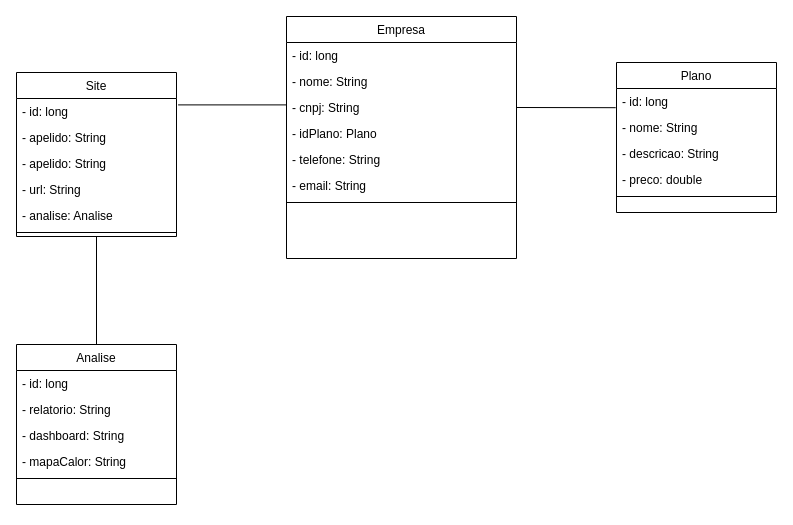
Before: informacoes/diagrama-de-classes/HeatWise.drawio in Santlago/HeatWise, a draw.io diagram. Source tidied: cells renumbered, new cells numbered last; positions are measured from the earlier drawing's top-left corner, leaving out a move shared by most shapes. Both pictures are drawn from the tidied source at 100%, with x=0, y=0 at pixel (16, 16).
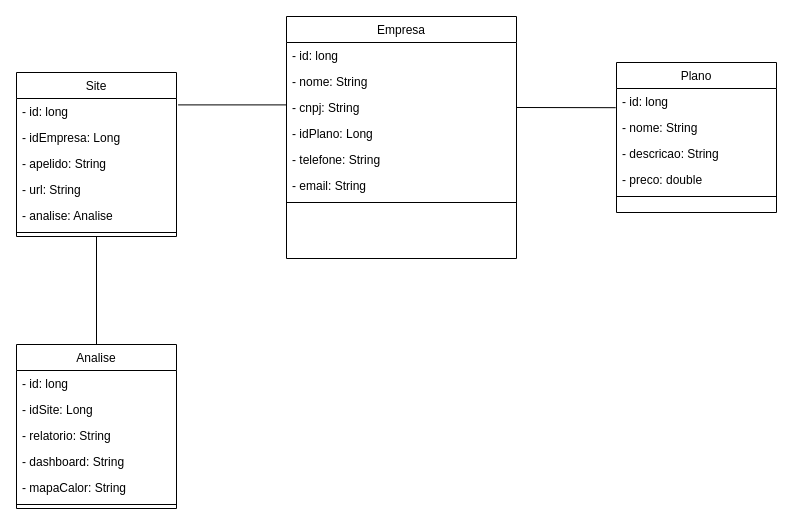
The same diagram, later.

Unchanged cells that the change refers to:
```xml
<mxCell id="2" value="Empresa" style="swimlane;fontStyle=0;align=center;verticalAlign=top;horizontal=1;startSize=26;rounded=0;shadow=0;strokeWidth=1;" parent="1" vertex="1">
  <mxGeometry x="270" width="230" height="242" as="geometry" />
</mxCell>
<mxCell id="10" value="Site" style="swimlane;fontStyle=0;align=center;verticalAlign=top;horizontal=1;startSize=26;rounded=0;shadow=0;strokeWidth=1;" parent="1" vertex="1">
  <mxGeometry y="56" width="160" height="164" as="geometry" />
</mxCell>
```

What changed in the source:
```diff
@@
-    <mxCell id="6" value="- idPlano: Plano" style="text;align=left;verticalAlign=top;spacingLeft=4;spacingRight=4;overflow=hidden;rounded=0;shadow=0;html=0;" parent="2" vertex="1">
+    <mxCell id="6" value="- idPlano: Long" style="text;align=left;verticalAlign=top;spacingLeft=4;spacingRight=4;overflow=hidden;rounded=0;shadow=0;html=0;" parent="2" vertex="1">
       <mxGeometry y="104" width="230" height="26" as="geometry" />
     </mxCell>
@@
-    <mxCell id="12" value="- apelido: String" style="text;align=left;verticalAlign=top;spacingLeft=4;spacingRight=4;overflow=hidden;rounded=0;shadow=0;html=0;" parent="10" vertex="1">
+    <mxCell id="12" value="- idEmpresa: Long" style="text;align=left;verticalAlign=top;spacingLeft=4;spacingRight=4;overflow=hidden;rounded=0;shadow=0;html=0;" parent="10" vertex="1">
       <mxGeometry y="52" width="160" height="26" as="geometry" />
     </mxCell>
@@
     <mxCell id="23" value="Analise" style="swimlane;fontStyle=0;align=center;verticalAlign=top;horizontal=1;startSize=26;rounded=0;shadow=0;strokeWidth=1;" parent="1" vertex="1">
-      <mxGeometry y="328" width="160" height="160" as="geometry" />
+      <mxGeometry y="328" width="160" height="164" as="geometry" />
     </mxCell>
@@
-    <mxCell id="25" value="- relatorio: String" style="text;align=left;verticalAlign=top;spacingLeft=4;spacingRight=4;overflow=hidden;rounded=0;shadow=0;html=0;" parent="23" vertex="1">
+    <mxCell id="25" value="- idSite: Long" style="text;align=left;verticalAlign=top;spacingLeft=4;spacingRight=4;overflow=hidden;rounded=0;shadow=0;html=0;" parent="23" vertex="1">
       <mxGeometry y="52" width="160" height="26" as="geometry" />
     </mxCell>
+    <mxCell id="32" value="- relatorio: String" style="text;align=left;verticalAlign=top;spacingLeft=4;spacingRight=4;overflow=hidden;rounded=0;shadow=0;html=0;" parent="23" vertex="1">
+      <mxGeometry y="78" width="160" height="26" as="geometry" />
+    </mxCell>
     <mxCell id="26" value="- dashboard: String" style="text;align=left;verticalAlign=top;spacingLeft=4;spacingRight=4;overflow=hidden;rounded=0;shadow=0;html=0;" parent="23" vertex="1">
-      <mxGeometry y="78" width="160" height="26" as="geometry" />
+      <mxGeometry y="104" width="160" height="26" as="geometry" />
     </mxCell>
     <mxCell id="27" value="- mapaCalor: String" style="text;align=left;verticalAlign=top;spacingLeft=4;spacingRight=4;overflow=hidden;rounded=0;shadow=0;html=0;" parent="23" vertex="1">
-      <mxGeometry y="104" width="160" height="26" as="geometry" />
+      <mxGeometry y="130" width="160" height="26" as="geometry" />
     </mxCell>
     <mxCell id="28" style="line;html=1;strokeWidth=1;align=left;verticalAlign=middle;spacingTop=-1;spacingLeft=3;spacingRight=3;labelPosition=right;" parent="23" vertex="1">
-      <mxGeometry y="130" width="160" height="8" as="geometry" />
+      <mxGeometry y="156" width="160" height="8" as="geometry" />
     </mxCell>
```
